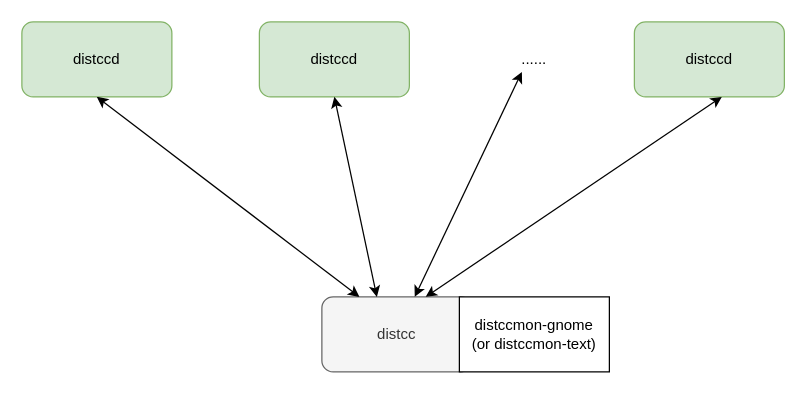
Allinaent/share keeps this draw.io diagram as Untitled Diagram.drawio. Above is the earlier version. Source tidied: cells renumbered, new cells numbered last; positions are measured from the earlier drawing's top-left corner, leaving out a move shared by most shapes. Both pictures are drawn from the tidied source at 125%, with x=0, y=0 at pixel (21, 21).
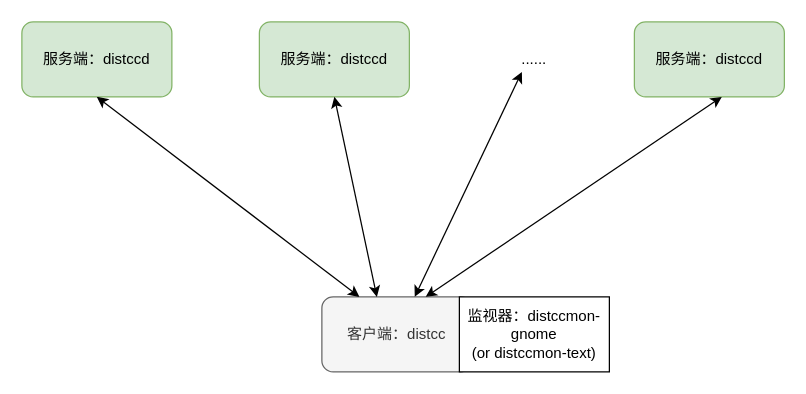
After the change.

Change to the diagram source:
```diff
@@
 <mxGraphModel>
   <root>
     <mxCell id="0" />
     <mxCell id="1" parent="0" />
-    <mxCell id="2" value="distccd" style="rounded=1;whiteSpace=wrap;html=1;fillColor=#d5e8d4;strokeColor=#82b366;" parent="1" vertex="1">
+    <mxCell id="2" value="服务端：distccd" style="rounded=1;whiteSpace=wrap;html=1;fillColor=#d5e8d4;strokeColor=#82b366;" parent="1" vertex="1">
       <mxGeometry width="120" height="60" as="geometry" />
     </mxCell>
-    <mxCell id="3" value="distccd" style="rounded=1;whiteSpace=wrap;html=1;fillColor=#d5e8d4;strokeColor=#82b366;" parent="1" vertex="1">
+    <mxCell id="3" value="服务端：distccd" style="rounded=1;whiteSpace=wrap;html=1;fillColor=#d5e8d4;strokeColor=#82b366;" parent="1" vertex="1">
       <mxGeometry x="190" width="120" height="60" as="geometry" />
     </mxCell>
-    <mxCell id="4" value="distccd" style="rounded=1;whiteSpace=wrap;html=1;fillColor=#d5e8d4;strokeColor=#82b366;" parent="1" vertex="1">
+    <mxCell id="4" value="服务端：distccd" style="rounded=1;whiteSpace=wrap;html=1;fillColor=#d5e8d4;strokeColor=#82b366;" parent="1" vertex="1">
       <mxGeometry x="490" width="120" height="60" as="geometry" />
     </mxCell>
-    <mxCell id="5" value="distcc" style="rounded=1;whiteSpace=wrap;html=1;fillColor=#f5f5f5;strokeColor=#666666;fontColor=#333333;" parent="1" vertex="1">
+    <mxCell id="5" value="客户端：distcc" style="rounded=1;whiteSpace=wrap;html=1;fillColor=#f5f5f5;strokeColor=#666666;fontColor=#333333;" parent="1" vertex="1">
       <mxGeometry x="240" y="220" width="120" height="60" as="geometry" />
     </mxCell>
     <mxCell id="6" value="......" style="text;html=1;strokeColor=none;fillColor=none;align=center;verticalAlign=middle;whiteSpace=wrap;rounded=0;" parent="1" vertex="1">
       <mxGeometry x="390" y="20" width="40" height="20" as="geometry" />
     </mxCell>
     <mxCell id="7" style="endArrow=classic;startArrow=classic;html=1;entryX=0.5;entryY=1;entryDx=0;entryDy=0;" parent="1" edge="1" target="3">
       <mxGeometry relative="1" as="geometry">
         <mxPoint x="284" y="220" as="sourcePoint" />
       </mxGeometry>
     </mxCell>
     <mxCell id="8" style="endArrow=classic;startArrow=classic;html=1;entryX=0.583;entryY=1;entryDx=0;entryDy=0;entryPerimeter=0;exitX=0.692;exitY=0;exitDx=0;exitDy=0;exitPerimeter=0;" parent="1" edge="1" source="5" target="4">
       <mxGeometry relative="1" as="geometry" />
     </mxCell>
     <mxCell id="9" style="endArrow=classic;startArrow=classic;html=1;exitX=0.25;exitY=0;exitDx=0;exitDy=0;entryX=0.5;entryY=1;entryDx=0;entryDy=0;" parent="1" edge="1" source="5" target="2">
       <mxGeometry relative="1" as="geometry" />
     </mxCell>
     <mxCell id="10" style="endArrow=classic;startArrow=classic;html=1;entryX=0.25;entryY=1;entryDx=0;entryDy=0;" parent="1" edge="1" source="5" target="6">
       <mxGeometry relative="1" as="geometry" />
     </mxCell>
-    <mxCell id="11" value="&lt;div&gt;distccmon-gnome&lt;/div&gt;&lt;div&gt;(or distccmon-text)&lt;br&gt;&lt;/div&gt;" style="rounded=0;whiteSpace=wrap;html=1;" parent="1" vertex="1">
+    <mxCell id="11" value="&lt;div&gt;监视器：distccmon-gnome&lt;/div&gt;&lt;div&gt;(or distccmon-text)&lt;br&gt;&lt;/div&gt;" style="rounded=0;whiteSpace=wrap;html=1;" parent="1" vertex="1">
       <mxGeometry x="350" y="220" width="120" height="60" as="geometry" />
     </mxCell>
   </root>
 </mxGraphModel>
```
